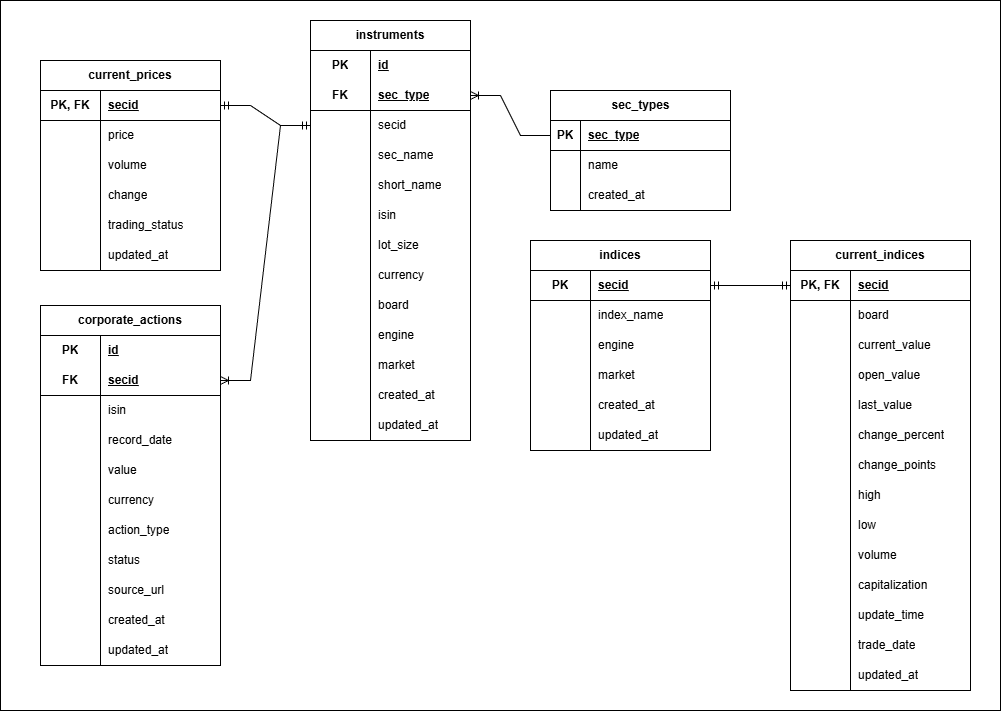
Before: docs/db/OLTP.drawio.png, a diagram exported from draw.io (AntonDubrovin/HSE_MOEX_Diplom). Source tidied: cells renumbered, new cells last; positions are measured from the earlier drawing's top-left corner, leaving out a move shared by most shapes.
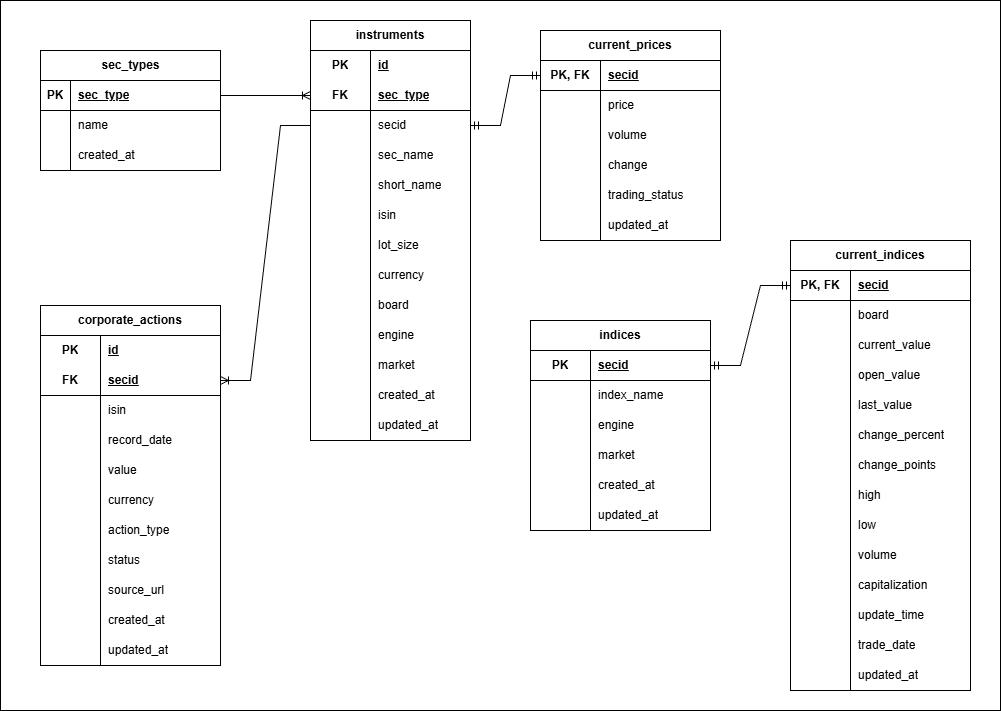
The same diagram one commit later.

Commit message:
correct relations tables oltp

What changed in the source:
```diff
@@ -6,7 +6,7 @@
       <mxGeometry width="1000" height="710" as="geometry" />
     </mxCell>
     <mxCell id="3" value="sec_types" style="shape=table;startSize=30;rowLines=0;fontStyle=1;align=center;html=1;" parent="1" vertex="1">
-      <mxGeometry x="550" y="90" width="180" height="120" as="geometry" />
+      <mxGeometry x="40" y="50" width="180" height="120" as="geometry" />
     </mxCell>
     <mxCell id="4" style="shape=tableRow;horizontal=0;startSize=0;swimlaneHead=0;swimlaneBody=0;fillColor=none;points=[[0,0.5],[1,0.5]];portConstraint=eastwest;top=0;left=0;right=0;bottom=1;" parent="3" vertex="1">
       <mxGeometry y="30" width="180" height="30" as="geometry" />
@@ -155,11 +155,11 @@
     <mxCell id="52" value="updated_at" style="shape=partialRectangle;fillColor=none;top=0;left=0;bottom=0;right=0;align=left;spacingLeft=6;overflow=hidden;html=1;whiteSpace=wrap;" parent="50" vertex="1">
       <mxGeometry x="60" width="100" height="30" as="geometry" />
     </mxCell>
-    <mxCell id="53" style="edgeStyle=entityRelationEdgeStyle;fontSize=12;html=1;endArrow=ERoneToMany;rounded=0;entryX=1;entryY=0.5;entryDx=0;entryDy=0;exitX=0;exitY=0.5;exitDx=0;exitDy=0;" parent="1" edge="1" source="4" target="17">
+    <mxCell id="53" style="edgeStyle=entityRelationEdgeStyle;fontSize=12;html=1;endArrow=ERoneToMany;rounded=0;entryX=0;entryY=0.5;entryDx=0;entryDy=0;exitX=1;exitY=0.5;exitDx=0;exitDy=0;" parent="1" edge="1" source="4" target="17">
       <mxGeometry relative="1" as="geometry" />
     </mxCell>
     <mxCell id="54" value="current_prices" style="shape=table;startSize=30;rowLines=0;fontStyle=1;align=center;html=1;whiteSpace=wrap;" parent="1" vertex="1">
-      <mxGeometry x="40" y="60" width="180" height="210" as="geometry" />
+      <mxGeometry x="540" y="30" width="180" height="210" as="geometry" />
     </mxCell>
     <mxCell id="55" style="shape=tableRow;horizontal=0;startSize=0;swimlaneHead=0;swimlaneBody=0;fillColor=none;points=[[0,0.5],[1,0.5]];portConstraint=eastwest;top=0;left=0;right=0;bottom=1;html=1;" parent="54" vertex="1">
       <mxGeometry y="30" width="180" height="30" as="geometry" />
@@ -215,7 +215,7 @@
     <mxCell id="72" value="updated_at" style="shape=partialRectangle;fillColor=none;top=0;left=0;bottom=0;right=0;align=left;spacingLeft=6;overflow=hidden;html=1;whiteSpace=wrap;" parent="70" vertex="1">
       <mxGeometry x="60" width="120" height="30" as="geometry" />
     </mxCell>
-    <mxCell id="73" style="edgeStyle=entityRelationEdgeStyle;fontSize=12;html=1;endArrow=ERmandOne;startArrow=ERmandOne;rounded=0;exitX=1;exitY=0.5;exitDx=0;exitDy=0;entryX=0;entryY=0.5;entryDx=0;entryDy=0;" parent="1" edge="1" source="55" target="20">
+    <mxCell id="73" style="edgeStyle=entityRelationEdgeStyle;fontSize=12;html=1;endArrow=ERmandOne;startArrow=ERmandOne;rounded=0;entryX=1;entryY=0.5;entryDx=0;entryDy=0;exitX=0;exitY=0.5;exitDx=0;exitDy=0;" parent="1" edge="1" source="55" target="20">
       <mxGeometry relative="1" as="geometry" />
     </mxCell>
     <mxCell id="74" value="corporate_actions" style="shape=table;startSize=30;rowLines=0;fontStyle=1;align=center;html=1;whiteSpace=wrap;" parent="1" vertex="1">
@@ -324,7 +324,7 @@
       <mxGeometry relative="1" as="geometry" />
     </mxCell>
     <mxCell id="109" value="indices" style="shape=table;startSize=30;rowLines=0;fontStyle=1;align=center;html=1;whiteSpace=wrap;" parent="1" vertex="1">
-      <mxGeometry x="530" y="240" width="180" height="210" as="geometry" />
+      <mxGeometry x="530" y="320" width="180" height="210" as="geometry" />
     </mxCell>
     <mxCell id="110" style="shape=tableRow;horizontal=0;startSize=0;swimlaneHead=0;swimlaneBody=0;fillColor=none;points=[[0,0.5],[1,0.5]];portConstraint=eastwest;top=0;left=0;right=0;bottom=1;html=1;" parent="109" vertex="1">
       <mxGeometry y="30" width="180" height="30" as="geometry" />
```
